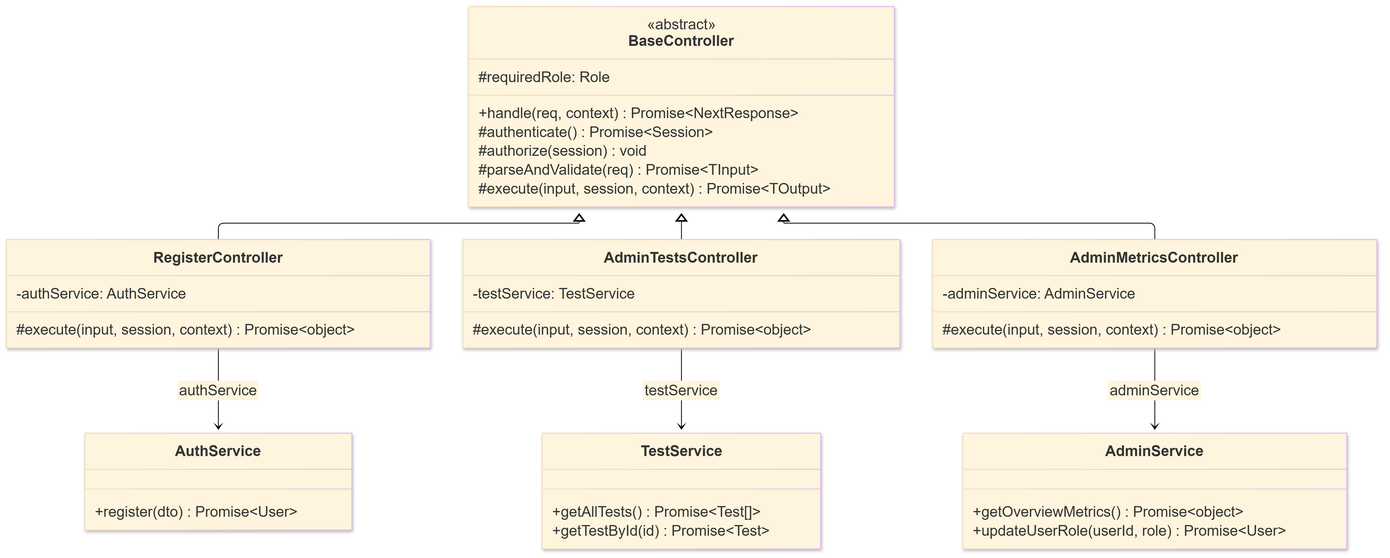
202417221-LeDinhVinh/ronansat-oop-demo keeps this Mermaid diagram as slides/assets/03a2-layered-auth-admin.png. Above is the earlier version. Its source is kept beside it as docs/uml/03a2-layered-auth-admin.mmd. The source it was exported from:
```mermaid
classDiagram
    direction TB

    class BaseController {
        <<abstract>>
        #requiredRole: Role
        +handle(req, context) Promise~NextResponse~
        #authenticate() Promise~Session~
        #authorize(session) void
        #parseAndValidate(req) Promise~TInput~
        #execute(input, session, context)* Promise~TOutput~
    }

    class RegisterController {
        -authService: AuthService
        #execute(input, session, context) Promise~object~
    }

    class AdminTestsController {
        -testService: TestService
        #execute(input, session, context) Promise~object~
    }

    class AdminMetricsController {
        -adminService: AdminService
        #execute(input, session, context) Promise~object~
    }

    class AuthService {
        +register(dto) Promise~User~
    }

    class TestService {
        +getAllTests() Promise~Test[]~
        +getTestById(id) Promise~Test~
    }

    class AdminService {
        +getOverviewMetrics() Promise~object~
        +updateUserRole(userId, role) Promise~User~
    }

    BaseController <|-- RegisterController
    BaseController <|-- AdminTestsController
    BaseController <|-- AdminMetricsController

    RegisterController --> AuthService : authService
    AdminTestsController --> TestService : testService
    AdminMetricsController --> AdminService : adminService
```
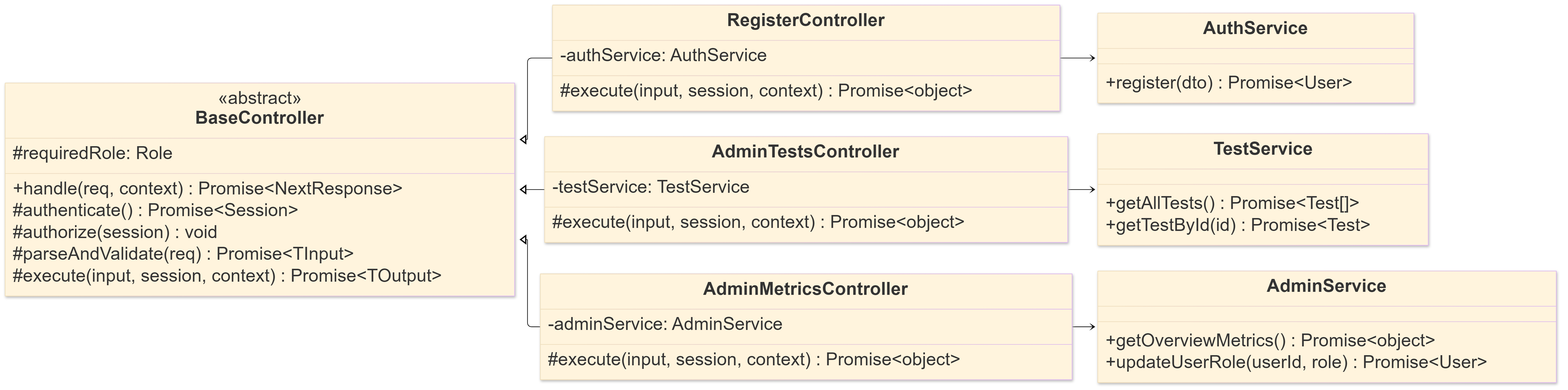
Above is the later version.

Diff of the diagram source:
```diff
@@ -1,5 +1,5 @@
 classDiagram
-    direction TB
+    direction LR
 
     class BaseController {
         <<abstract>>
@@ -44,6 +44,6 @@
     BaseController <|-- AdminTestsController
     BaseController <|-- AdminMetricsController
 
-    RegisterController --> AuthService : authService
-    AdminTestsController --> TestService : testService
-    AdminMetricsController --> AdminService : adminService
+    RegisterController --> AuthService
+    AdminTestsController --> TestService
+    AdminMetricsController --> AdminService
```
